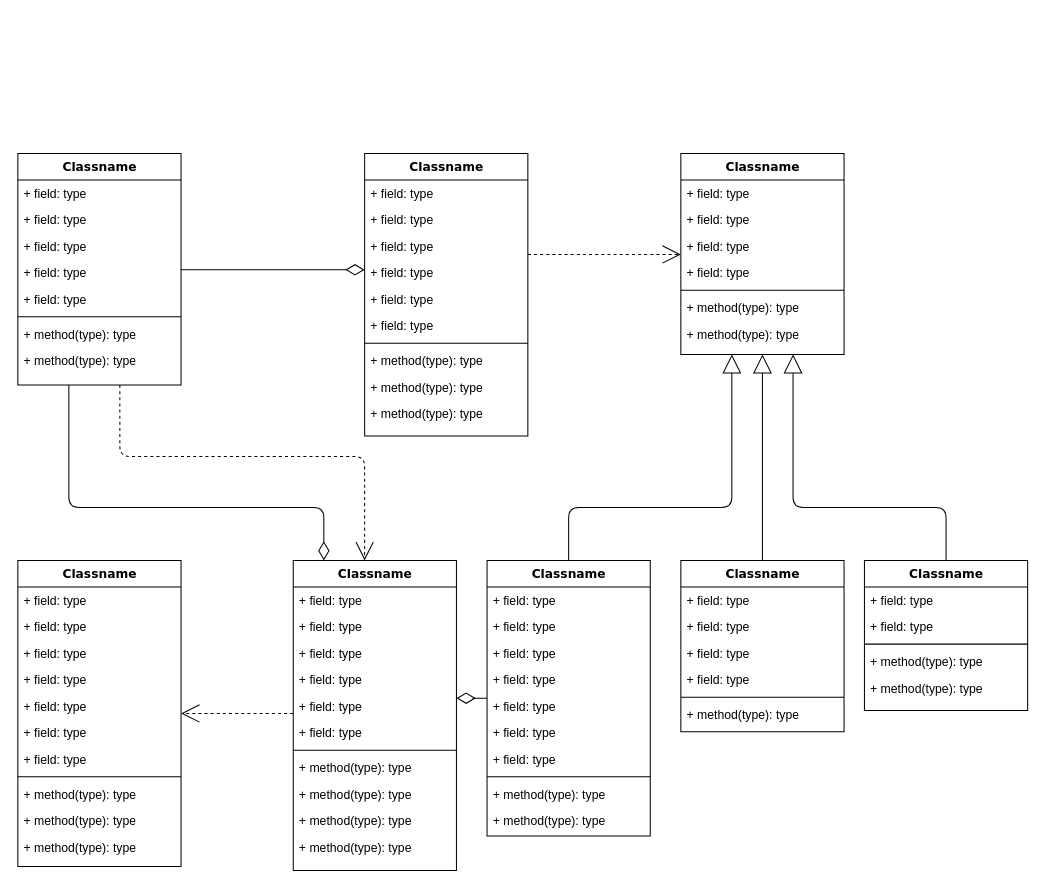
Above: processmap.drawio in 2bnumber1/SD (draw.io), before the change. Source tidied: cells renumbered, new cells numbered last; positions are measured from the earlier drawing's top-left corner, leaving out a move shared by most shapes. Both pictures are drawn from the tidied source at 102%, with x=0, y=0 at pixel (17, 153).
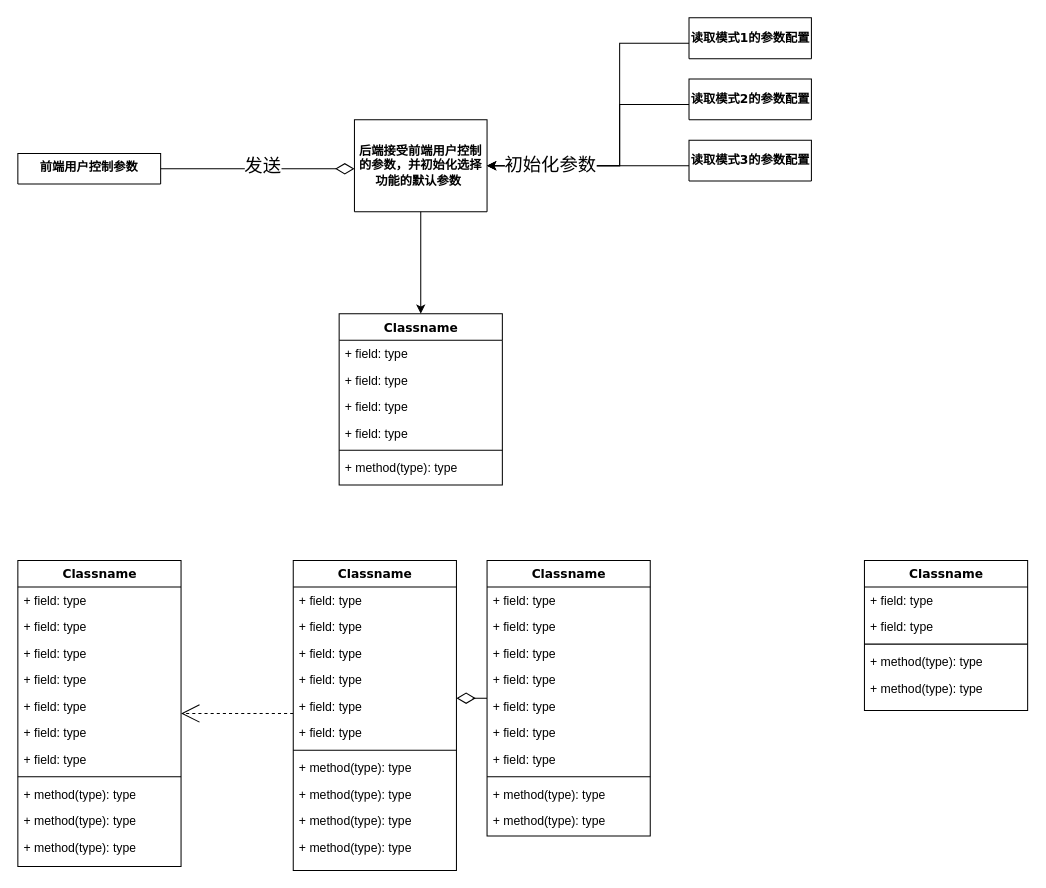
Above is the later version.

Unchanged cells that the change refers to:
```xml
<mxCell id="47" value="Classname" style="swimlane;html=1;fontStyle=1;align=center;verticalAlign=top;horizontal=1;startSize=26;swimlaneFillColor=#ffffff;rounded=0;shadow=0;comic=0;labelBackgroundColor=none;strokeWidth=1;fillColor=none;fontFamily=Verdana;fontSize=12;" parent="1" vertex="1">
  <mxGeometry x="270" y="399" width="160" height="304" as="geometry" />
</mxCell>
<mxCell id="60" value="Classname" style="swimlane;html=1;fontStyle=1;align=center;verticalAlign=top;horizontal=1;startSize=26;swimlaneFillColor=#ffffff;rounded=0;shadow=0;comic=0;labelBackgroundColor=none;strokeWidth=1;fillColor=none;fontFamily=Verdana;fontSize=12;" parent="1" vertex="1">
  <mxGeometry x="460" y="399" width="160" height="270" as="geometry" />
</mxCell>
<mxCell id="80" value="Classname" style="swimlane;html=1;fontStyle=1;align=center;verticalAlign=top;horizontal=1;startSize=26;swimlaneFillColor=#ffffff;rounded=0;shadow=0;comic=0;labelBackgroundColor=none;strokeWidth=1;fillColor=none;fontFamily=Verdana;fontSize=12;" parent="1" vertex="1">
  <mxGeometry x="830" y="399" width="160" height="147" as="geometry" />
</mxCell>
<mxCell id="86" style="edgeStyle=elbowEdgeStyle;html=1;labelBackgroundColor=none;startFill=0;startSize=8;endArrow=diamondThin;endFill=0;endSize=16;fontFamily=Verdana;fontSize=12;elbow=vertical;" parent="1" edge="1" source="4" target="14">
  <mxGeometry relative="1" as="geometry" />
</mxCell>
```

Diff of the diagram source:
```diff
@@
-    <mxCell id="2" style="edgeStyle=orthogonalEdgeStyle;html=1;labelBackgroundColor=none;startFill=0;startSize=8;endArrow=open;endFill=0;endSize=16;fontFamily=Verdana;fontSize=12;dashed=1;" parent="1" edge="1" source="4" target="47">
-      <mxGeometry relative="1" as="geometry">
-        <Array as="points">
-          <mxPoint x="100" y="297" />
-          <mxPoint x="340" y="297" />
-        </Array>
-      </mxGeometry>
-    </mxCell>
-    <mxCell id="3" style="edgeStyle=orthogonalEdgeStyle;html=1;labelBackgroundColor=none;startFill=0;startSize=8;endArrow=diamondThin;endFill=0;endSize=16;fontFamily=Verdana;fontSize=12;" parent="1" edge="1" source="4" target="47">
-      <mxGeometry relative="1" as="geometry">
-        <Array as="points">
-          <mxPoint x="50" y="347" />
-          <mxPoint x="300" y="347" />
-        </Array>
-      </mxGeometry>
-    </mxCell>
-    <mxCell id="4" value="Classname" style="swimlane;html=1;fontStyle=1;align=center;verticalAlign=top;horizontal=1;startSize=26;swimlaneFillColor=#ffffff;rounded=0;shadow=0;comic=0;labelBackgroundColor=none;strokeWidth=1;fillColor=none;fontFamily=Verdana;fontSize=12;" parent="1" vertex="1">
-      <mxGeometry width="160" height="227" as="geometry" />
+    <mxCell id="4" value="前端用户控制参数" style="swimlane;fontStyle=1;align=center;verticalAlign=top;horizontal=1;startSize=30;swimlaneFillColor=#ffffff;rounded=0;shadow=0;comic=0;labelBackgroundColor=none;strokeWidth=1;fillColor=none;fontFamily=Verdana;fontSize=12;whiteSpace=wrap;html=1;" parent="1" vertex="1" collapsed="1">
+      <mxGeometry width="140" height="30" as="geometry" />
     </mxCell>
-    <mxCell id="5" value="+ field: type" style="text;html=1;strokeColor=none;fillColor=none;align=left;verticalAlign=top;spacingLeft=4;spacingRight=4;whiteSpace=wrap;overflow=hidden;" parent="4" vertex="1">
-      <mxGeometry y="26" width="160" height="26" as="geometry" />
-    </mxCell>
-    <mxCell id="6" value="+ field: type" style="text;html=1;strokeColor=none;fillColor=none;align=left;verticalAlign=top;spacingLeft=4;spacingRight=4;whiteSpace=wrap;overflow=hidden;" parent="4" vertex="1">
-      <mxGeometry y="52" width="160" height="26" as="geometry" />
-    </mxCell>
-    <mxCell id="7" value="+ field: type" style="text;html=1;strokeColor=none;fillColor=none;align=left;verticalAlign=top;spacingLeft=4;spacingRight=4;whiteSpace=wrap;overflow=hidden;" parent="4" vertex="1">
-      <mxGeometry y="78" width="160" height="26" as="geometry" />
-    </mxCell>
-    <mxCell id="8" value="+ field: type" style="text;html=1;strokeColor=none;fillColor=none;align=left;verticalAlign=top;spacingLeft=4;spacingRight=4;whiteSpace=wrap;overflow=hidden;" parent="4" vertex="1">
-      <mxGeometry y="104" width="160" height="26" as="geometry" />
-    </mxCell>
-    <mxCell id="9" value="+ field: type" style="text;html=1;strokeColor=none;fillColor=none;align=left;verticalAlign=top;spacingLeft=4;spacingRight=4;whiteSpace=wrap;overflow=hidden;" parent="4" vertex="1">
-      <mxGeometry y="130" width="160" height="26" as="geometry" />
-    </mxCell>
-    <mxCell id="10" style="line;html=1;strokeWidth=1;fillColor=none;align=left;verticalAlign=middle;spacingTop=-1;spacingLeft=3;spacingRight=3;labelPosition=right;" parent="4" vertex="1">
-      <mxGeometry y="156" width="160" height="8" as="geometry" />
-    </mxCell>
-    <mxCell id="11" value="+ method(type): type" style="text;html=1;strokeColor=none;fillColor=none;align=left;verticalAlign=top;spacingLeft=4;spacingRight=4;whiteSpace=wrap;overflow=hidden;" parent="4" vertex="1">
-      <mxGeometry y="164" width="160" height="26" as="geometry" />
-    </mxCell>
-    <mxCell id="12" value="+ method(type): type" style="text;html=1;strokeColor=none;fillColor=none;align=left;verticalAlign=top;spacingLeft=4;spacingRight=4;whiteSpace=wrap;overflow=hidden;" parent="4" vertex="1">
-      <mxGeometry y="190" width="160" height="26" as="geometry" />
-    </mxCell>
-    <mxCell id="13" style="edgeStyle=elbowEdgeStyle;html=1;labelBackgroundColor=none;startFill=0;startSize=8;endArrow=open;endFill=0;endSize=16;fontFamily=Verdana;fontSize=12;elbow=vertical;dashed=1;" parent="1" edge="1" source="14" target="25">
-      <mxGeometry relative="1" as="geometry" />
-    </mxCell>
+    <mxCell id="87" style="edgeStyle=orthogonalEdgeStyle;rounded=0;jettySize=auto;html=1;" parent="1" edge="1" source="14" target="72">
+      <mxGeometry relative="1" as="geometry" />
+    </mxCell>
-    <mxCell id="14" value="Classname" style="swimlane;html=1;fontStyle=1;align=center;verticalAlign=top;horizontal=1;startSize=26;swimlaneFillColor=#ffffff;rounded=0;shadow=0;comic=0;labelBackgroundColor=none;strokeWidth=1;fillColor=none;fontFamily=Verdana;fontSize=12;" parent="1" vertex="1">
-      <mxGeometry x="340" width="160" height="277" as="geometry" />
+    <mxCell id="14" value="后端接受前端用户控制的参数，并初始化选择功能的默认参数&amp;nbsp;" style="swimlane;fontStyle=1;align=center;verticalAlign=middle;horizontal=1;startSize=90;swimlaneFillColor=#ffffff;rounded=0;shadow=0;comic=0;labelBackgroundColor=none;strokeWidth=1;fillColor=none;fontFamily=Verdana;fontSize=12;whiteSpace=wrap;html=1;" parent="1" vertex="1" collapsed="1">
+      <mxGeometry x="330" y="-33" width="130" height="90" as="geometry" />
     </mxCell>
-    <mxCell id="15" value="+ field: type" style="text;html=1;strokeColor=none;fillColor=none;align=left;verticalAlign=top;spacingLeft=4;spacingRight=4;whiteSpace=wrap;overflow=hidden;" parent="14" vertex="1">
-      <mxGeometry y="26" width="160" height="26" as="geometry" />
-    </mxCell>
-    <mxCell id="16" value="+ field: type" style="text;html=1;strokeColor=none;fillColor=none;align=left;verticalAlign=top;spacingLeft=4;spacingRight=4;whiteSpace=wrap;overflow=hidden;" parent="14" vertex="1">
-      <mxGeometry y="52" width="160" height="26" as="geometry" />
-    </mxCell>
-    <mxCell id="17" value="+ field: type" style="text;html=1;strokeColor=none;fillColor=none;align=left;verticalAlign=top;spacingLeft=4;spacingRight=4;whiteSpace=wrap;overflow=hidden;" parent="14" vertex="1">
-      <mxGeometry y="78" width="160" height="26" as="geometry" />
-    </mxCell>
-    <mxCell id="18" value="+ field: type" style="text;html=1;strokeColor=none;fillColor=none;align=left;verticalAlign=top;spacingLeft=4;spacingRight=4;whiteSpace=wrap;overflow=hidden;" parent="14" vertex="1">
-      <mxGeometry y="104" width="160" height="26" as="geometry" />
-    </mxCell>
-    <mxCell id="19" value="+ field: type" style="text;html=1;strokeColor=none;fillColor=none;align=left;verticalAlign=top;spacingLeft=4;spacingRight=4;whiteSpace=wrap;overflow=hidden;" parent="14" vertex="1">
-      <mxGeometry y="130" width="160" height="26" as="geometry" />
-    </mxCell>
-    <mxCell id="20" value="+ field: type" style="text;html=1;strokeColor=none;fillColor=none;align=left;verticalAlign=top;spacingLeft=4;spacingRight=4;whiteSpace=wrap;overflow=hidden;" parent="14" vertex="1">
-      <mxGeometry y="156" width="160" height="26" as="geometry" />
-    </mxCell>
-    <mxCell id="21" style="line;html=1;strokeWidth=1;fillColor=none;align=left;verticalAlign=middle;spacingTop=-1;spacingLeft=3;spacingRight=3;labelPosition=right;" parent="14" vertex="1">
-      <mxGeometry y="182" width="160" height="8" as="geometry" />
-    </mxCell>
-    <mxCell id="22" value="+ method(type): type" style="text;html=1;strokeColor=none;fillColor=none;align=left;verticalAlign=top;spacingLeft=4;spacingRight=4;whiteSpace=wrap;overflow=hidden;" parent="14" vertex="1">
-      <mxGeometry y="190" width="160" height="26" as="geometry" />
-    </mxCell>
-    <mxCell id="23" value="+ method(type): type" style="text;html=1;strokeColor=none;fillColor=none;align=left;verticalAlign=top;spacingLeft=4;spacingRight=4;whiteSpace=wrap;overflow=hidden;" parent="14" vertex="1">
-      <mxGeometry y="216" width="160" height="26" as="geometry" />
-    </mxCell>
-    <mxCell id="24" value="+ method(type): type" style="text;html=1;strokeColor=none;fillColor=none;align=left;verticalAlign=top;spacingLeft=4;spacingRight=4;whiteSpace=wrap;overflow=hidden;" parent="14" vertex="1">
-      <mxGeometry y="242" width="160" height="26" as="geometry" />
-    </mxCell>
+    <mxCell id="88" style="edgeStyle=orthogonalEdgeStyle;rounded=0;jettySize=auto;html=1;entryX=1;entryY=0.5;entryDx=0;entryDy=0;" parent="1" edge="1" source="25" target="14">
+      <mxGeometry relative="1" as="geometry">
+        <Array as="points">
+          <mxPoint x="520" y="12" />
+          <mxPoint x="520" y="12" />
+        </Array>
+      </mxGeometry>
+    </mxCell>
-    <mxCell id="25" value="Classname" style="swimlane;html=1;fontStyle=1;align=center;verticalAlign=top;horizontal=1;startSize=26;swimlaneFillColor=#ffffff;rounded=0;shadow=0;comic=0;labelBackgroundColor=none;strokeWidth=1;fillColor=none;fontFamily=Verdana;fontSize=12;" parent="1" vertex="1">
-      <mxGeometry x="650" width="160" height="197" as="geometry" />
+    <mxCell id="25" value="读取模式3的参数配置" style="swimlane;html=1;fontStyle=1;align=center;verticalAlign=middle;horizontal=1;startSize=40;swimlaneFillColor=#ffffff;rounded=0;shadow=0;comic=0;labelBackgroundColor=none;strokeWidth=1;fillColor=none;fontFamily=Verdana;fontSize=12;" parent="1" vertex="1" collapsed="1">
+      <mxGeometry x="658" y="-13" width="120" height="40" as="geometry" />
     </mxCell>
-    <mxCell id="26" value="+ field: type" style="text;html=1;strokeColor=none;fillColor=none;align=left;verticalAlign=top;spacingLeft=4;spacingRight=4;whiteSpace=wrap;overflow=hidden;" parent="25" vertex="1">
-      <mxGeometry y="26" width="160" height="26" as="geometry" />
-    </mxCell>
-    <mxCell id="27" value="+ field: type" style="text;html=1;strokeColor=none;fillColor=none;align=left;verticalAlign=top;spacingLeft=4;spacingRight=4;whiteSpace=wrap;overflow=hidden;" parent="25" vertex="1">
-      <mxGeometry y="52" width="160" height="26" as="geometry" />
-    </mxCell>
-    <mxCell id="28" value="+ field: type" style="text;html=1;strokeColor=none;fillColor=none;align=left;verticalAlign=top;spacingLeft=4;spacingRight=4;whiteSpace=wrap;overflow=hidden;" parent="25" vertex="1">
-      <mxGeometry y="78" width="160" height="26" as="geometry" />
-    </mxCell>
-    <mxCell id="29" value="+ field: type" style="text;html=1;strokeColor=none;fillColor=none;align=left;verticalAlign=top;spacingLeft=4;spacingRight=4;whiteSpace=wrap;overflow=hidden;" parent="25" vertex="1">
-      <mxGeometry y="104" width="160" height="26" as="geometry" />
-    </mxCell>
-    <mxCell id="30" style="line;html=1;strokeWidth=1;fillColor=none;align=left;verticalAlign=middle;spacingTop=-1;spacingLeft=3;spacingRight=3;labelPosition=right;" parent="25" vertex="1">
-      <mxGeometry y="130" width="160" height="8" as="geometry" />
-    </mxCell>
-    <mxCell id="31" value="+ method(type): type" style="text;html=1;strokeColor=none;fillColor=none;align=left;verticalAlign=top;spacingLeft=4;spacingRight=4;whiteSpace=wrap;overflow=hidden;" parent="25" vertex="1">
-      <mxGeometry y="138" width="160" height="26" as="geometry" />
-    </mxCell>
-    <mxCell id="32" value="+ method(type): type" style="text;html=1;strokeColor=none;fillColor=none;align=left;verticalAlign=top;spacingLeft=4;spacingRight=4;whiteSpace=wrap;overflow=hidden;" parent="25" vertex="1">
-      <mxGeometry y="164" width="160" height="26" as="geometry" />
-    </mxCell>
@@
-    <mxCell id="59" style="edgeStyle=orthogonalEdgeStyle;html=1;labelBackgroundColor=none;startFill=0;startSize=8;endArrow=block;endFill=0;endSize=16;fontFamily=Verdana;fontSize=12;" parent="1" edge="1" source="60" target="25">
-      <mxGeometry relative="1" as="geometry">
-        <Array as="points">
-          <mxPoint x="540" y="347" />
-          <mxPoint x="700" y="347" />
-        </Array>
-      </mxGeometry>
-    </mxCell>
@@
-    <mxCell id="71" style="edgeStyle=orthogonalEdgeStyle;html=1;labelBackgroundColor=none;startFill=0;startSize=8;endArrow=block;endFill=0;endSize=16;fontFamily=Verdana;fontSize=12;" parent="1" edge="1" source="72" target="25">
-      <mxGeometry relative="1" as="geometry" />
-    </mxCell>
     <mxCell id="72" value="Classname" style="swimlane;html=1;fontStyle=1;align=center;verticalAlign=top;horizontal=1;startSize=26;swimlaneFillColor=#ffffff;rounded=0;shadow=0;comic=0;labelBackgroundColor=none;strokeWidth=1;fillColor=none;fontFamily=Verdana;fontSize=12;" parent="1" vertex="1">
-      <mxGeometry x="650" y="399" width="160" height="168" as="geometry" />
+      <mxGeometry x="315" y="157" width="160" height="168" as="geometry" />
     </mxCell>
@@
-    <mxCell id="79" style="edgeStyle=orthogonalEdgeStyle;html=1;labelBackgroundColor=none;startFill=0;startSize=8;endArrow=block;endFill=0;endSize=16;fontFamily=Verdana;fontSize=12;" parent="1" edge="1" source="80" target="25">
-      <mxGeometry relative="1" as="geometry">
-        <Array as="points">
-          <mxPoint x="910" y="347" />
-          <mxPoint x="760" y="347" />
-        </Array>
-      </mxGeometry>
-    </mxCell>
@@
+    <mxCell id="89" value="发送" style="edgeLabel;html=1;align=center;verticalAlign=middle;fontSize=18;" parent="86" vertex="1">
+      <mxGeometry x="0.16" y="3" relative="1" as="geometry">
+        <mxPoint x="-11" as="offset" />
+      </mxGeometry>
+    </mxCell>
+    <mxCell id="90" style="edgeStyle=orthogonalEdgeStyle;rounded=0;jettySize=auto;html=1;entryX=1;entryY=0.5;entryDx=0;entryDy=0;" parent="1" edge="1" source="91" target="14">
+      <mxGeometry relative="1" as="geometry">
+        <Array as="points">
+          <mxPoint x="590" y="-48" />
+          <mxPoint x="590" y="12" />
+        </Array>
+      </mxGeometry>
+    </mxCell>
+    <mxCell id="91" value="读取模式2的参数配置" style="swimlane;html=1;fontStyle=1;align=center;verticalAlign=middle;horizontal=1;startSize=40;swimlaneFillColor=#ffffff;rounded=0;shadow=0;comic=0;labelBackgroundColor=none;strokeWidth=1;fillColor=none;fontFamily=Verdana;fontSize=12;" parent="1" vertex="1" collapsed="1">
+      <mxGeometry x="658" y="-73" width="120" height="40" as="geometry" />
+    </mxCell>
+    <mxCell id="92" style="edgeStyle=orthogonalEdgeStyle;rounded=0;jettySize=auto;html=1;entryX=1;entryY=0.5;entryDx=0;entryDy=0;" parent="1" edge="1" source="94" target="14">
+      <mxGeometry relative="1" as="geometry">
+        <Array as="points">
+          <mxPoint x="590" y="-108" />
+          <mxPoint x="590" y="12" />
+        </Array>
+      </mxGeometry>
+    </mxCell>
+    <mxCell id="93" value="初始化参数" style="edgeLabel;html=1;align=center;verticalAlign=middle;fontSize=18;" parent="92" vertex="1">
+      <mxGeometry x="0.53" y="-1" relative="1" as="geometry">
+        <mxPoint x="-14" as="offset" />
+      </mxGeometry>
+    </mxCell>
+    <mxCell id="94" value="读取模式1的参数配置" style="swimlane;html=1;fontStyle=1;align=center;verticalAlign=middle;horizontal=1;startSize=40;swimlaneFillColor=#ffffff;rounded=0;shadow=0;comic=0;labelBackgroundColor=none;strokeWidth=1;fillColor=none;fontFamily=Verdana;fontSize=12;" parent="1" vertex="1" collapsed="1">
+      <mxGeometry x="658" y="-133" width="120" height="40" as="geometry" />
+    </mxCell>
```
